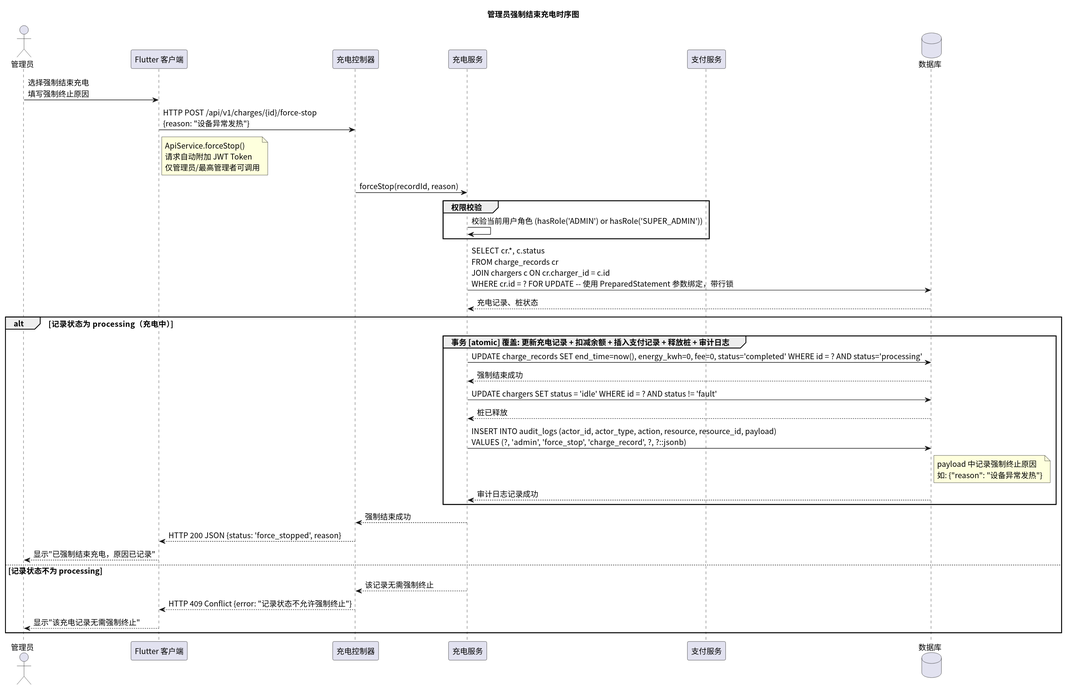
Above: time/img/sequence_force_stop.svg in greenhandzdl/charging-station-doc (PlantUML), before the change. Its diagram source:
```plantuml
@startuml
skinparam defaultFontName "Noto Sans CJK SC"
skinparam defaultFontSize 14
title 管理员强制结束充电时序图

actor 管理员 as Admin
participant "Flutter 客户端" as FE
participant "充电控制器" as Ctrl
participant "充电服务" as Service
participant "支付服务" as Pay
database 数据库 as DB

Admin -> FE: 选择强制结束充电\n填写强制终止原因
FE -> Ctrl: HTTP POST /api/v1/charges/{id}/force-stop\n{reason: "设备异常发热"}
note right FE : ApiService.forceStop()\n请求自动附加 JWT Token\n仅管理员/最高管理者可调用

Ctrl -> Service: forceStop(recordId, reason)

group 权限校验
  Service -> Service: 校验当前用户角色 (hasRole('ADMIN') or hasRole('SUPER_ADMIN'))
end

Service -> DB: SELECT cr.*, c.status\nFROM charge_records cr\nJOIN chargers c ON cr.charger_id = c.id\nWHERE cr.id = ? FOR UPDATE -- 使用 PreparedStatement 参数绑定，带行锁
DB --> Service: 充电记录、桩状态

alt 记录状态为 processing（充电中）
  group 事务 [atomic] 覆盖: 更新充电记录 + 扣减余额 + 插入支付记录 + 释放桩 + 审计日志
    Service -> DB: UPDATE charge_records SET end_time=now(), energy_kwh=0, fee=0, status='completed' WHERE id = ? AND status='processing'
    DB --> Service: 强制结束成功

    Service -> DB: UPDATE chargers SET status = 'idle' WHERE id = ? AND status != 'fault'
    DB --> Service: 桩已释放

    Service -> DB: INSERT INTO audit_logs (actor_id, actor_type, action, resource, resource_id, payload)\nVALUES (?, 'admin', 'force_stop', 'charge_record', ?, ?::jsonb)
    note right DB : payload 中记录强制终止原因\n如: {"reason": "设备异常发热"}
    DB --> Service: 审计日志记录成功
  end

  Service --> Ctrl: 强制结束成功
  Ctrl --> FE: HTTP 200 JSON {status: 'force_stopped', reason}
  FE --> Admin: 显示"已强制结束充电，原因已记录"
else 记录状态不为 processing
  Service --> Ctrl: 该记录无需强制终止
  Ctrl --> FE: HTTP 409 Conflict {error: "记录状态不允许强制终止"}
  FE --> Admin: 显示"该充电记录无需强制终止"
end
@enduml
```
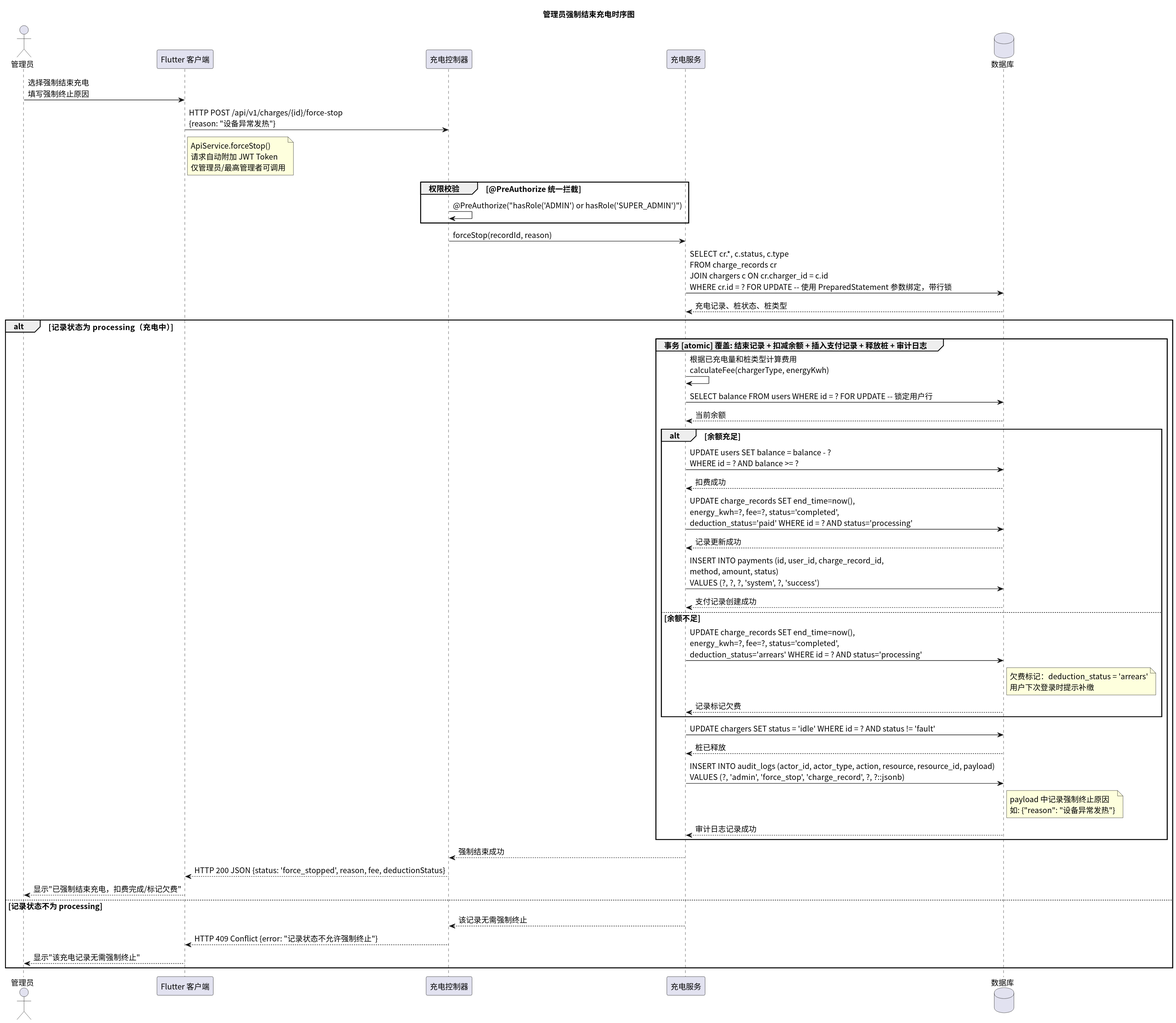
After the change.

Diff of the diagram source:
```diff
@@ -7,26 +7,42 @@
 participant "Flutter 客户端" as FE
 participant "充电控制器" as Ctrl
 participant "充电服务" as Service
-participant "支付服务" as Pay
 database 数据库 as DB
 
 Admin -> FE: 选择强制结束充电\n填写强制终止原因
 FE -> Ctrl: HTTP POST /api/v1/charges/{id}/force-stop\n{reason: "设备异常发热"}
 note right FE : ApiService.forceStop()\n请求自动附加 JWT Token\n仅管理员/最高管理者可调用
 
+group 权限校验 [@PreAuthorize 统一拦截]
+  Ctrl -> Ctrl: @PreAuthorize("hasRole('ADMIN') or hasRole('SUPER_ADMIN')")
+end
+
 Ctrl -> Service: forceStop(recordId, reason)
 
-group 权限校验
-  Service -> Service: 校验当前用户角色 (hasRole('ADMIN') or hasRole('SUPER_ADMIN'))
-end
-
-Service -> DB: SELECT cr.*, c.status\nFROM charge_records cr\nJOIN chargers c ON cr.charger_id = c.id\nWHERE cr.id = ? FOR UPDATE -- 使用 PreparedStatement 参数绑定，带行锁
-DB --> Service: 充电记录、桩状态
+Service -> DB: SELECT cr.*, c.status, c.type\nFROM charge_records cr\nJOIN chargers c ON cr.charger_id = c.id\nWHERE cr.id = ? FOR UPDATE -- 使用 PreparedStatement 参数绑定，带行锁
+DB --> Service: 充电记录、桩状态、桩类型
 
 alt 记录状态为 processing（充电中）
-  group 事务 [atomic] 覆盖: 更新充电记录 + 扣减余额 + 插入支付记录 + 释放桩 + 审计日志
-    Service -> DB: UPDATE charge_records SET end_time=now(), energy_kwh=0, fee=0, status='completed' WHERE id = ? AND status='processing'
-    DB --> Service: 强制结束成功
+  group 事务 [atomic] 覆盖: 结束记录 + 扣减余额 + 插入支付记录 + 释放桩 + 审计日志
+    Service -> Service: 根据已充电量和桩类型计算费用\ncalculateFee(chargerType, energyKwh)
+
+    Service -> DB: SELECT balance FROM users WHERE id = ? FOR UPDATE -- 锁定用户行
+    DB --> Service: 当前余额
+
+    alt 余额充足
+      Service -> DB: UPDATE users SET balance = balance - ?\nWHERE id = ? AND balance >= ?
+      DB --> Service: 扣费成功
+
+      Service -> DB: UPDATE charge_records SET end_time=now(),\nenergy_kwh=?, fee=?, status='completed',\ndeduction_status='paid' WHERE id = ? AND status='processing'
+      DB --> Service: 记录更新成功
+
+      Service -> DB: INSERT INTO payments (id, user_id, charge_record_id,\nmethod, amount, status)\nVALUES (?, ?, ?, 'system', ?, 'success')
+      DB --> Service: 支付记录创建成功
+    else 余额不足
+      Service -> DB: UPDATE charge_records SET end_time=now(),\nenergy_kwh=?, fee=?, status='completed',\ndeduction_status='arrears' WHERE id = ? AND status='processing'
+      note right DB : 欠费标记：deduction_status = 'arrears'\n用户下次登录时提示补缴
+      DB --> Service: 记录标记欠费
+    end
 
     Service -> DB: UPDATE chargers SET status = 'idle' WHERE id = ? AND status != 'fault'
     DB --> Service: 桩已释放
@@ -37,8 +53,8 @@
   end
 
   Service --> Ctrl: 强制结束成功
-  Ctrl --> FE: HTTP 200 JSON {status: 'force_stopped', reason}
-  FE --> Admin: 显示"已强制结束充电，原因已记录"
+  Ctrl --> FE: HTTP 200 JSON {status: 'force_stopped', reason, fee, deductionStatus}
+  FE --> Admin: 显示"已强制结束充电，扣费完成/标记欠费"
 else 记录状态不为 processing
   Service --> Ctrl: 该记录无需强制终止
   Ctrl --> FE: HTTP 409 Conflict {error: "记录状态不允许强制终止"}
```
